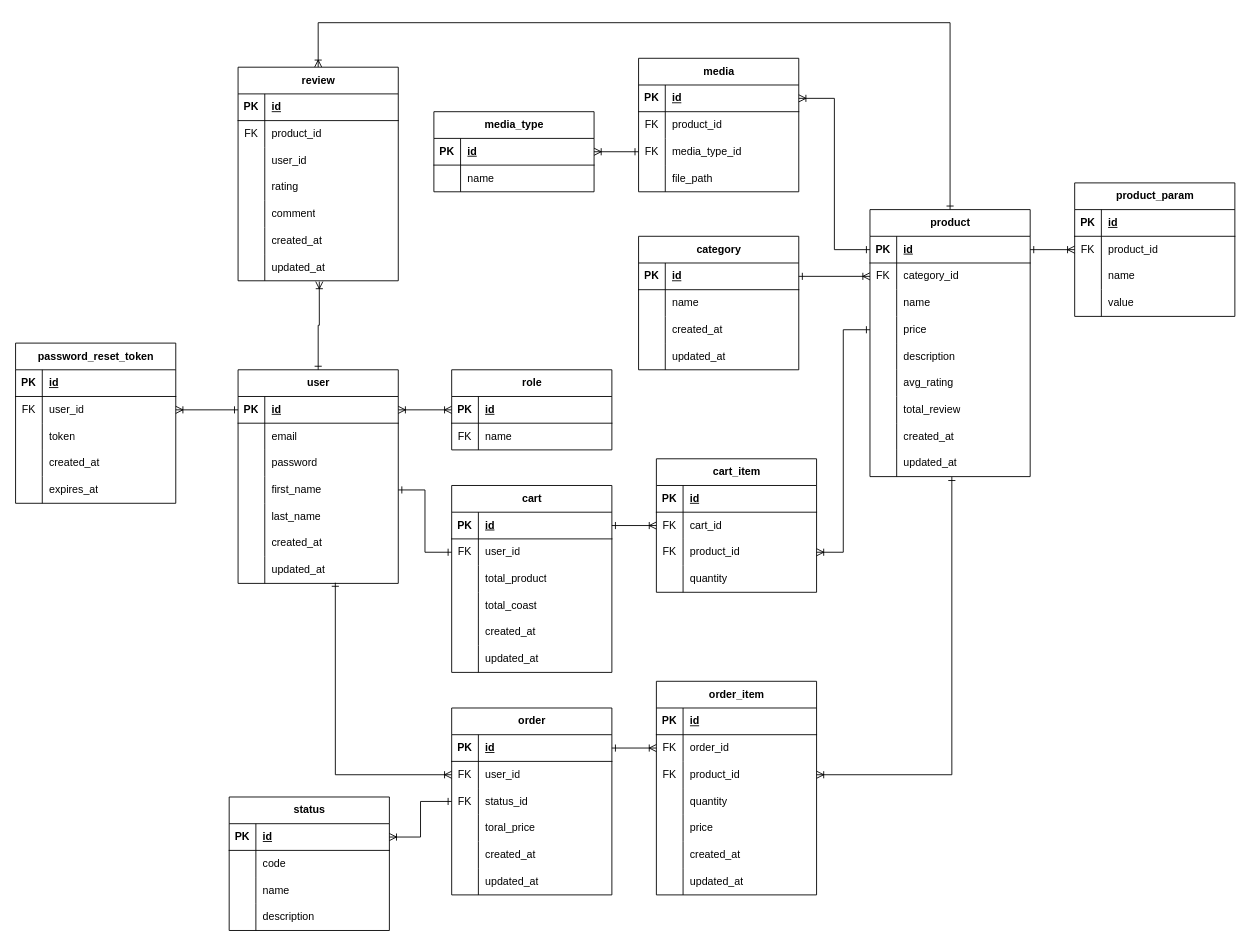
Deonniss/GusliStore keeps this draw.io diagram as docs/db/uml_DB.drawio. Above is the earlier version. Source tidied: cells renumbered, new cells numbered last; positions are measured from the earlier drawing's top-left corner, leaving out a move shared by most shapes. Both pictures are drawn from the tidied source at 89%, with x=0, y=0 at pixel (15, 22).
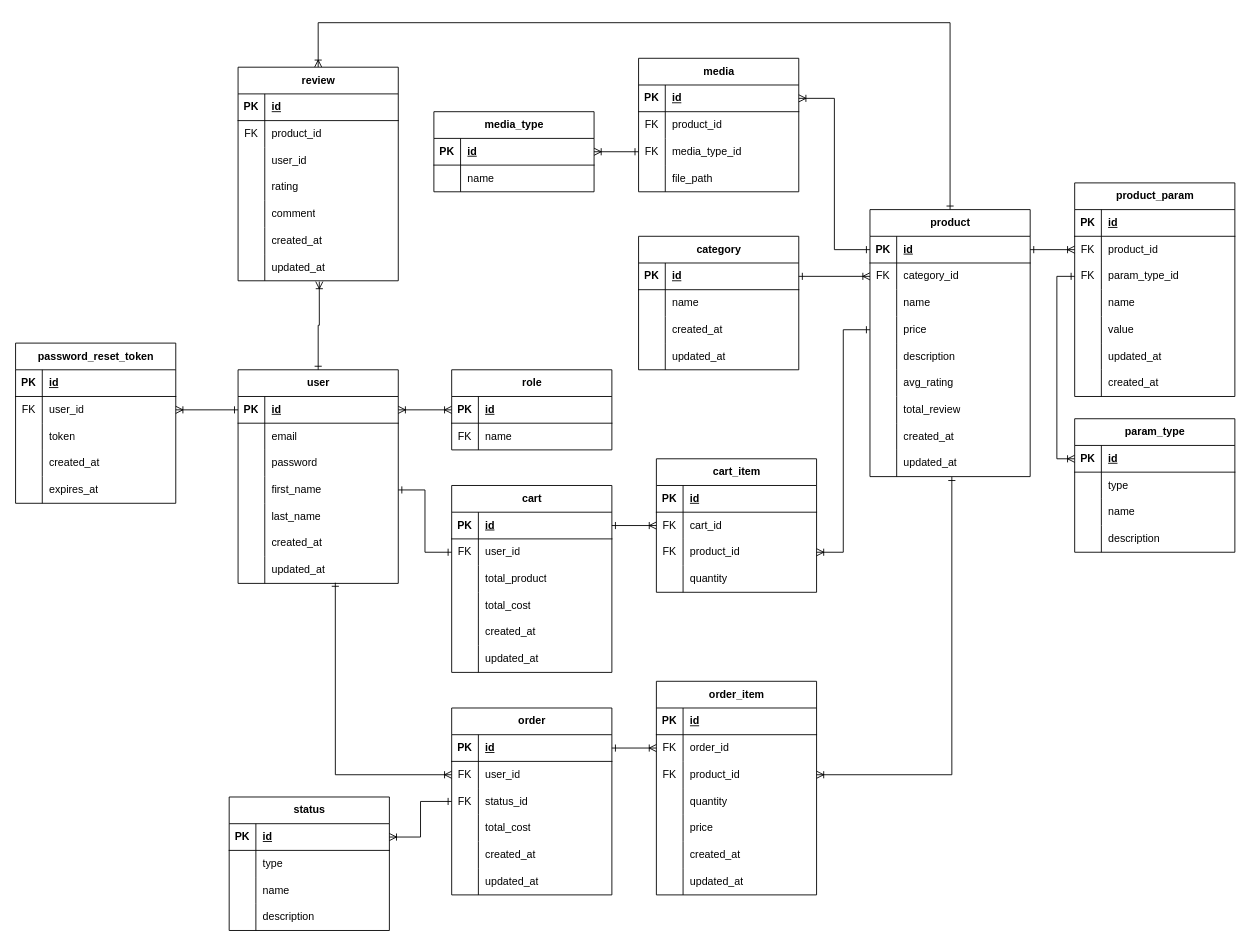
The same diagram, later.

Unchanged cells that the change refers to:
```xml
<mxCell id="137" style="shape=tableRow;horizontal=0;startSize=0;swimlaneHead=0;swimlaneBody=0;fillColor=none;top=0;left=0;right=0;bottom=0;" parent="127" vertex="1">
  <mxGeometry y="120" width="180" height="30" as="geometry" />
</mxCell>
<mxCell id="172" style="shape=tableRow;horizontal=0;startSize=0;swimlaneHead=0;swimlaneBody=0;fillColor=none;top=0;left=0;right=0;bottom=0;" parent="162" vertex="1">
  <mxGeometry y="120" width="180" height="30" as="geometry" />
</mxCell>
<mxCell id="210" style="shape=tableRow;horizontal=0;startSize=0;swimlaneHead=0;swimlaneBody=0;fillColor=none;top=0;left=0;right=0;bottom=0;" parent="206" vertex="1">
  <mxGeometry y="60" width="180" height="30" as="geometry" />
</mxCell>
```

Change to the diagram source:
```diff
@@
     <mxCell id="91" value="product_param" style="shape=table;startSize=30;childLayout=tableLayout;rowLines=0;fontStyle=1;align=center;html=1;" parent="1" vertex="1">
-      <mxGeometry x="1190" y="180" width="180" height="150" as="geometry" />
+      <mxGeometry x="1190" y="180" width="180" height="240" as="geometry" />
     </mxCell>
@@
+    <mxCell id="244" style="shape=tableRow;horizontal=0;startSize=0;swimlaneHead=0;swimlaneBody=0;fillColor=none;points=[[0,0.5],[1,0.5]];portConstraint=eastwest;top=0;left=0;right=0;bottom=0;" parent="91" vertex="1">
+      <mxGeometry y="90" width="180" height="30" as="geometry" />
+    </mxCell>
+    <mxCell id="245" value="FK" style="shape=partialRectangle;fillColor=none;top=0;left=0;bottom=0;right=0;overflow=hidden;whiteSpace=wrap;html=1;" parent="244" vertex="1">
+      <mxGeometry width="30" height="30" as="geometry" />
+    </mxCell>
+    <mxCell id="246" value="param_type_id" style="shape=partialRectangle;fillColor=none;top=0;left=0;bottom=0;right=0;align=left;spacingLeft=6;overflow=hidden;whiteSpace=wrap;html=1;" parent="244" vertex="1">
+      <mxGeometry x="30" width="150" height="30" as="geometry" />
+    </mxCell>
     <mxCell id="98" style="shape=tableRow;horizontal=0;startSize=0;swimlaneHead=0;swimlaneBody=0;fillColor=none;top=0;left=0;right=0;bottom=0;" parent="91" vertex="1">
-      <mxGeometry y="90" width="180" height="30" as="geometry" />
+      <mxGeometry y="120" width="180" height="30" as="geometry" />
     </mxCell>
@@
     <mxCell id="101" style="shape=tableRow;horizontal=0;startSize=0;swimlaneHead=0;swimlaneBody=0;fillColor=none;top=0;left=0;right=0;bottom=0;" parent="91" vertex="1">
-      <mxGeometry y="120" width="180" height="30" as="geometry" />
+      <mxGeometry y="150" width="180" height="30" as="geometry" />
     </mxCell>
@@
+    <mxCell id="247" style="shape=tableRow;horizontal=0;startSize=0;swimlaneHead=0;swimlaneBody=0;fillColor=none;top=0;left=0;right=0;bottom=0;" parent="91" vertex="1">
+      <mxGeometry y="180" width="180" height="30" as="geometry" />
+    </mxCell>
+    <mxCell id="248" style="shape=partialRectangle;fillColor=none;top=0;left=0;bottom=0;right=0;overflow=hidden;whiteSpace=wrap;html=1;" parent="247" vertex="1">
+      <mxGeometry width="30" height="30" as="geometry" />
+    </mxCell>
+    <mxCell id="249" value="updated_at" style="shape=partialRectangle;fillColor=none;top=0;left=0;bottom=0;right=0;align=left;spacingLeft=6;overflow=hidden;whiteSpace=wrap;html=1;" parent="247" vertex="1">
+      <mxGeometry x="30" width="150" height="30" as="geometry" />
+    </mxCell>
+    <mxCell id="250" style="shape=tableRow;horizontal=0;startSize=0;swimlaneHead=0;swimlaneBody=0;fillColor=none;top=0;left=0;right=0;bottom=0;" parent="91" vertex="1">
+      <mxGeometry y="210" width="180" height="30" as="geometry" />
+    </mxCell>
+    <mxCell id="251" style="shape=partialRectangle;fillColor=none;top=0;left=0;bottom=0;right=0;overflow=hidden;whiteSpace=wrap;html=1;" parent="250" vertex="1">
+      <mxGeometry width="30" height="30" as="geometry" />
+    </mxCell>
+    <mxCell id="252" value="created_at" style="shape=partialRectangle;fillColor=none;top=0;left=0;bottom=0;right=0;align=left;spacingLeft=6;overflow=hidden;whiteSpace=wrap;html=1;" parent="250" vertex="1">
+      <mxGeometry x="30" width="150" height="30" as="geometry" />
+    </mxCell>
@@
-    <mxCell id="139" value="total_coast" style="shape=partialRectangle;fillColor=none;top=0;left=0;bottom=0;right=0;align=left;spacingLeft=6;overflow=hidden;whiteSpace=wrap;html=1;" parent="137" vertex="1">
+    <mxCell id="139" value="total_cost" style="shape=partialRectangle;fillColor=none;top=0;left=0;bottom=0;right=0;align=left;spacingLeft=6;overflow=hidden;whiteSpace=wrap;html=1;" parent="137" vertex="1">
       <mxGeometry x="30" width="150" height="30" as="geometry" />
     </mxCell>
@@
-    <mxCell id="174" value="toral_price" style="shape=partialRectangle;fillColor=none;top=0;left=0;bottom=0;right=0;align=left;spacingLeft=6;overflow=hidden;whiteSpace=wrap;html=1;" parent="172" vertex="1">
+    <mxCell id="174" value="total_cost" style="shape=partialRectangle;fillColor=none;top=0;left=0;bottom=0;right=0;align=left;spacingLeft=6;overflow=hidden;whiteSpace=wrap;html=1;" parent="172" vertex="1">
       <mxGeometry x="30" width="150" height="30" as="geometry" />
     </mxCell>
@@
-    <mxCell id="212" value="code" style="shape=partialRectangle;fillColor=none;top=0;left=0;bottom=0;right=0;align=left;spacingLeft=6;overflow=hidden;whiteSpace=wrap;html=1;" parent="210" vertex="1">
+    <mxCell id="212" value="type" style="shape=partialRectangle;fillColor=none;top=0;left=0;bottom=0;right=0;align=left;spacingLeft=6;overflow=hidden;whiteSpace=wrap;html=1;" parent="210" vertex="1">
       <mxGeometry x="30" width="150" height="30" as="geometry" />
     </mxCell>
@@
+    <mxCell id="253" style="edgeStyle=orthogonalEdgeStyle;rounded=0;jettySize=auto;html=1;entryX=0;entryY=0.5;entryDx=0;entryDy=0;exitX=0;exitY=0.5;exitDx=0;exitDy=0;endArrow=ERone;endFill=0;startArrow=ERoneToMany;startFill=0;" parent="1" edge="1" source="255" target="244">
+      <mxGeometry relative="1" as="geometry">
+        <Array as="points">
+          <mxPoint x="1170" y="490" />
+          <mxPoint x="1170" y="285" />
+        </Array>
+      </mxGeometry>
+    </mxCell>
+    <mxCell id="254" value="param_type" style="shape=table;startSize=30;childLayout=tableLayout;rowLines=0;fontStyle=1;align=center;html=1;" parent="1" vertex="1">
+      <mxGeometry x="1190" y="445" width="180" height="150" as="geometry" />
+    </mxCell>
+    <mxCell id="255" style="shape=tableRow;horizontal=0;startSize=0;swimlaneHead=0;swimlaneBody=0;fillColor=none;points=[[0,0.5],[1,0.5]];portConstraint=eastwest;top=0;left=0;right=0;bottom=1;" parent="254" vertex="1">
+      <mxGeometry y="30" width="180" height="30" as="geometry" />
+    </mxCell>
+    <mxCell id="256" value="PK" style="shape=partialRectangle;fillColor=none;top=0;left=0;bottom=0;right=0;fontStyle=1;overflow=hidden;whiteSpace=wrap;html=1;" parent="255" vertex="1">
+      <mxGeometry width="30" height="30" as="geometry" />
+    </mxCell>
+    <mxCell id="257" value="id" style="shape=partialRectangle;fillColor=none;top=0;left=0;bottom=0;right=0;align=left;spacingLeft=6;fontStyle=5;overflow=hidden;whiteSpace=wrap;html=1;" parent="255" vertex="1">
+      <mxGeometry x="30" width="150" height="30" as="geometry" />
+    </mxCell>
+    <mxCell id="258" style="shape=tableRow;horizontal=0;startSize=0;swimlaneHead=0;swimlaneBody=0;fillColor=none;top=0;left=0;right=0;bottom=0;" parent="254" vertex="1">
+      <mxGeometry y="60" width="180" height="30" as="geometry" />
+    </mxCell>
+    <mxCell id="259" style="shape=partialRectangle;fillColor=none;top=0;left=0;bottom=0;right=0;overflow=hidden;whiteSpace=wrap;html=1;" parent="258" vertex="1">
+      <mxGeometry width="30" height="30" as="geometry" />
+    </mxCell>
+    <mxCell id="260" value="type" style="shape=partialRectangle;fillColor=none;top=0;left=0;bottom=0;right=0;align=left;spacingLeft=6;overflow=hidden;whiteSpace=wrap;html=1;" parent="258" vertex="1">
+      <mxGeometry x="30" width="150" height="30" as="geometry" />
+    </mxCell>
+    <mxCell id="261" style="shape=tableRow;horizontal=0;startSize=0;swimlaneHead=0;swimlaneBody=0;fillColor=none;top=0;left=0;right=0;bottom=0;" parent="254" vertex="1">
+      <mxGeometry y="90" width="180" height="30" as="geometry" />
+    </mxCell>
+    <mxCell id="262" style="shape=partialRectangle;fillColor=none;top=0;left=0;bottom=0;right=0;overflow=hidden;whiteSpace=wrap;html=1;" parent="261" vertex="1">
+      <mxGeometry width="30" height="30" as="geometry" />
+    </mxCell>
+    <mxCell id="263" value="name" style="shape=partialRectangle;fillColor=none;top=0;left=0;bottom=0;right=0;align=left;spacingLeft=6;overflow=hidden;whiteSpace=wrap;html=1;" parent="261" vertex="1">
+      <mxGeometry x="30" width="150" height="30" as="geometry" />
+    </mxCell>
+    <mxCell id="264" style="shape=tableRow;horizontal=0;startSize=0;swimlaneHead=0;swimlaneBody=0;fillColor=none;top=0;left=0;right=0;bottom=0;" parent="254" vertex="1">
+      <mxGeometry y="120" width="180" height="30" as="geometry" />
+    </mxCell>
+    <mxCell id="265" style="shape=partialRectangle;fillColor=none;top=0;left=0;bottom=0;right=0;overflow=hidden;whiteSpace=wrap;html=1;" parent="264" vertex="1">
+      <mxGeometry width="30" height="30" as="geometry" />
+    </mxCell>
+    <mxCell id="266" value="description" style="shape=partialRectangle;fillColor=none;top=0;left=0;bottom=0;right=0;align=left;spacingLeft=6;overflow=hidden;whiteSpace=wrap;html=1;" parent="264" vertex="1">
+      <mxGeometry x="30" width="150" height="30" as="geometry" />
+    </mxCell>
```
